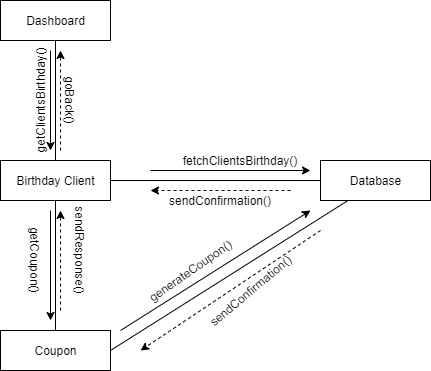
The draw.io diagram Diagrams/Collaboration Diagrams/COL_35_36_Birthday Message.png in kkasharaj17/SE-project, before a commit. Source tidied: cells renumbered, new cells last; positions are measured from the earlier drawing's top-left corner, leaving out a move shared by most shapes.
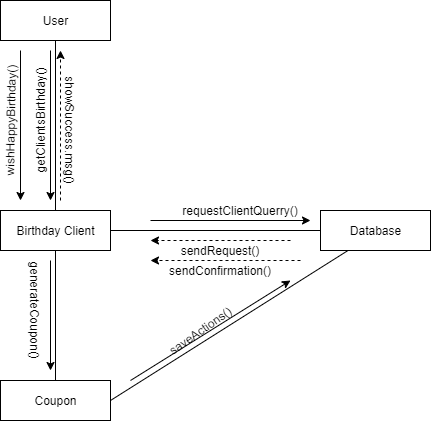
Later version of the same file.

Change to the diagram source:
```diff
@@ -2,8 +2,8 @@
   <root>
     <mxCell id="0" />
     <mxCell id="1" parent="0" />
-    <mxCell id="2" value="Dashboard" style="html=1;" parent="1" vertex="1">
-      <mxGeometry x="10" width="110" height="40" as="geometry" />
+    <mxCell id="2" value="User" style="html=1;" parent="1" vertex="1">
+      <mxGeometry x="10" y="-50" width="110" height="40" as="geometry" />
     </mxCell>
     <mxCell id="3" value="Birthday Client" style="html=1;" parent="1" vertex="1">
       <mxGeometry x="10" y="160" width="110" height="40" as="geometry" />
@@ -27,11 +27,11 @@
       <mxGeometry relative="1" as="geometry" />
     </mxCell>
     <mxCell id="10" value="getClientsBirthday()" style="text;html=1;strokeColor=none;fillColor=none;align=center;verticalAlign=middle;whiteSpace=wrap;rounded=0;rotation=-90;" parent="1" vertex="1">
-      <mxGeometry x="30" y="90" width="40" height="20" as="geometry" />
+      <mxGeometry x="30" y="60" width="40" height="20" as="geometry" />
     </mxCell>
     <mxCell id="11" style="endArrow=classic;html=1;" parent="1" edge="1">
       <mxGeometry relative="1" as="geometry">
-        <mxPoint x="60" y="50" as="sourcePoint" />
+        <mxPoint x="60" as="sourcePoint" />
         <mxPoint x="60" y="150" as="targetPoint" />
       </mxGeometry>
     </mxCell>
@@ -41,7 +41,7 @@
         <mxPoint x="60" y="320" as="targetPoint" />
       </mxGeometry>
     </mxCell>
-    <mxCell id="13" value="getCoupon()" style="text;html=1;strokeColor=none;fillColor=none;align=center;verticalAlign=middle;whiteSpace=wrap;rounded=0;rotation=90;" parent="1" vertex="1">
+    <mxCell id="13" value="generateCoupon()" style="text;html=1;strokeColor=none;fillColor=none;align=center;verticalAlign=middle;whiteSpace=wrap;rounded=0;rotation=90;" parent="1" vertex="1">
       <mxGeometry y="250" width="90" height="20" as="geometry" />
     </mxCell>
     <mxCell id="14" style="endArrow=classic;html=1;" parent="1" edge="1">
@@ -50,22 +50,22 @@
         <mxPoint x="320" y="170" as="targetPoint" />
       </mxGeometry>
     </mxCell>
-    <mxCell id="15" value="fetchClientsBirthday()" style="text;html=1;strokeColor=none;fillColor=none;align=center;verticalAlign=middle;whiteSpace=wrap;rounded=0;" parent="1" vertex="1">
+    <mxCell id="15" value="requestClientQuerry()" style="text;html=1;strokeColor=none;fillColor=none;align=center;verticalAlign=middle;whiteSpace=wrap;rounded=0;" parent="1" vertex="1">
       <mxGeometry x="230" y="150" width="40" height="20" as="geometry" />
     </mxCell>
-    <mxCell id="16" value="generateCoupon()" style="text;html=1;strokeColor=none;fillColor=none;align=center;verticalAlign=middle;whiteSpace=wrap;rounded=0;rotation=-35;" parent="1" vertex="1">
-      <mxGeometry x="180" y="260" width="40" height="20" as="geometry" />
+    <mxCell id="16" value="saveActions()" style="text;html=1;strokeColor=none;fillColor=none;align=center;verticalAlign=middle;whiteSpace=wrap;rounded=0;rotation=-35;" parent="1" vertex="1">
+      <mxGeometry x="190" y="270" width="40" height="20" as="geometry" />
     </mxCell>
     <mxCell id="17" style="endArrow=classic;html=1;" parent="1" edge="1">
       <mxGeometry relative="1" as="geometry">
-        <mxPoint x="130" y="330" as="sourcePoint" />
-        <mxPoint x="320" y="210" as="targetPoint" />
+        <mxPoint x="140" y="330" as="sourcePoint" />
+        <mxPoint x="300" y="230" as="targetPoint" />
       </mxGeometry>
     </mxCell>
     <mxCell id="18" style="endArrow=classic;html=1;dashed=1;" parent="1" edge="1">
       <mxGeometry relative="1" as="geometry">
-        <mxPoint x="330" y="230" as="sourcePoint" />
-        <mxPoint x="150" y="350" as="targetPoint" />
+        <mxPoint x="310" y="210" as="sourcePoint" />
+        <mxPoint x="160" y="210" as="targetPoint" />
       </mxGeometry>
     </mxCell>
     <mxCell id="19" style="endArrow=classic;html=1;dashed=1;" parent="1" edge="1">
@@ -74,29 +74,29 @@
         <mxPoint x="160" y="190" as="targetPoint" />
       </mxGeometry>
     </mxCell>
-    <mxCell id="20" style="endArrow=classic;html=1;dashed=1;" parent="1" edge="1">
-      <mxGeometry relative="1" as="geometry">
-        <mxPoint x="70" y="310" as="sourcePoint" />
-        <mxPoint x="70" y="210" as="targetPoint" />
-      </mxGeometry>
-    </mxCell>
     <mxCell id="21" style="endArrow=classic;html=1;dashed=1;" parent="1" edge="1">
       <mxGeometry relative="1" as="geometry">
         <mxPoint x="70" y="150" as="sourcePoint" />
-        <mxPoint x="70" y="50" as="targetPoint" />
+        <mxPoint x="70" as="targetPoint" />
       </mxGeometry>
     </mxCell>
-    <mxCell id="22" value="sendConfirmation()" style="text;html=1;strokeColor=none;fillColor=none;align=center;verticalAlign=middle;whiteSpace=wrap;rounded=0;rotation=0;" parent="1" vertex="1">
+    <mxCell id="22" value="sendRequest()" style="text;html=1;strokeColor=none;fillColor=none;align=center;verticalAlign=middle;whiteSpace=wrap;rounded=0;rotation=0;" parent="1" vertex="1">
       <mxGeometry x="210" y="190" width="40" height="20" as="geometry" />
     </mxCell>
-    <mxCell id="23" value="sendConfirmation()" style="text;html=1;strokeColor=none;fillColor=none;align=center;verticalAlign=middle;whiteSpace=wrap;rounded=0;rotation=-40;" parent="1" vertex="1">
-      <mxGeometry x="240" y="280" width="40" height="20" as="geometry" />
+    <mxCell id="23" value="sendConfirmation()" style="text;html=1;strokeColor=none;fillColor=none;align=center;verticalAlign=middle;whiteSpace=wrap;rounded=0;rotation=0;" parent="1" vertex="1">
+      <mxGeometry x="210" y="210" width="40" height="20" as="geometry" />
     </mxCell>
-    <mxCell id="24" value="sendResponse()" style="text;html=1;strokeColor=none;fillColor=none;align=center;verticalAlign=middle;whiteSpace=wrap;rounded=0;rotation=90;" parent="1" vertex="1">
-      <mxGeometry x="70" y="240" width="40" height="20" as="geometry" />
-    </mxCell>
-    <mxCell id="25" value="goBack()" style="text;html=1;strokeColor=none;fillColor=none;align=center;verticalAlign=middle;whiteSpace=wrap;rounded=0;rotation=90;" parent="1" vertex="1">
-      <mxGeometry x="60" y="90" width="40" height="20" as="geometry" />
+    <mxCell id="25" value="showSuccess.msg()" style="text;html=1;strokeColor=none;fillColor=none;align=center;verticalAlign=middle;whiteSpace=wrap;rounded=0;rotation=90;" parent="1" vertex="1">
+      <mxGeometry x="60" y="70" width="40" height="20" as="geometry" />
     </mxCell>
+    <mxCell id="26" style="endArrow=classic;html=1;" parent="1" edge="1">
+      <mxGeometry relative="1" as="geometry">
+        <mxPoint x="30" as="sourcePoint" />
+        <mxPoint x="30" y="150" as="targetPoint" />
+      </mxGeometry>
+    </mxCell>
+    <mxCell id="27" value="wishHappyBirthday()" style="text;html=1;strokeColor=none;fillColor=none;align=center;verticalAlign=middle;whiteSpace=wrap;rounded=0;rotation=-89;" parent="1" vertex="1">
+      <mxGeometry y="60" width="40" height="20" as="geometry" />
+    </mxCell>
   </root>
 </mxGraphModel>
```
